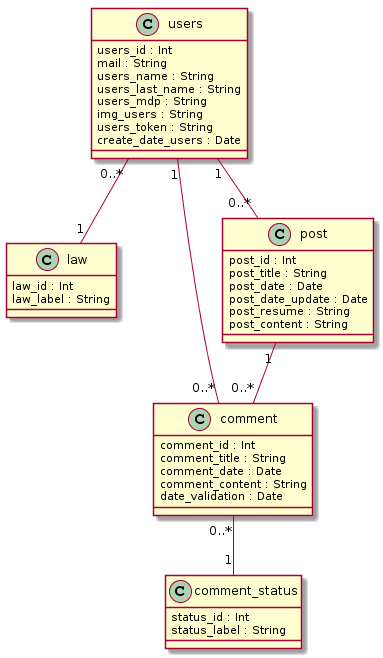
blackmath62/My_Blog keeps this PlantUML diagram as Diagrams/Diagramme de classe.png. Above is the earlier version.
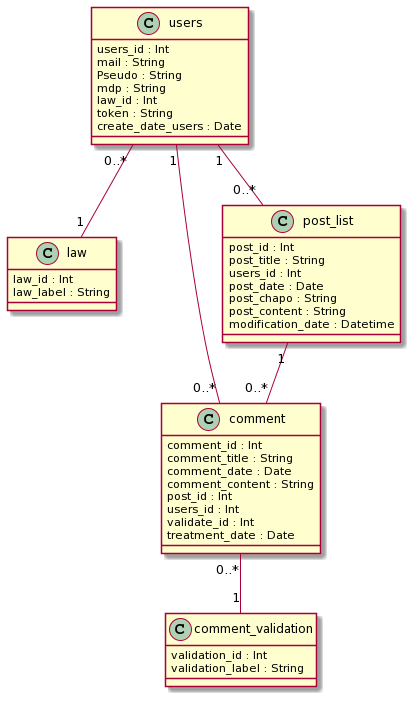
Later version of the same file.

Diff of the diagram source:
```diff
@@ -2,11 +2,10 @@
 class users {
 users_id : Int
 mail : String
-users_name : String
-users_last_name : String
-users_mdp : String
-img_users : String
-users_token : String
+Pseudo : String
+mdp : String
+law_id : Int
+token : String
 create_date_users : Date
 
 }
@@ -19,27 +18,31 @@
 comment_title : String
 comment_date : Date
 comment_content : String
-date_validation : Date
+post_id : Int
+users_id : Int
+validate_id : Int
+treatment_date : Date
 
 }
-class post {
+class post_list {
   post_id : Int
 post_title : String
+users_id : Int
 post_date : Date
-post_date_update : Date
-post_resume : String
+post_chapo : String
 post_content : String
+modification_date : Datetime
 
 }
 
-class comment_status {
-  status_id : Int
-  status_label : String
+class comment_validation {
+  validation_id : Int
+  validation_label : String
 
 }
 users "1" -- "0..*" comment
-users "1" -- "0..*" post
+users "1" -- "0..*" post_list
 users "0..*" -- "1" law
-comment "0..*" -- "1" comment_status
-post "1" -- "0..*" comment
+comment "0..*" -- "1" comment_validation
+post_list "1" -- "0..*" comment
 @enduml
```
